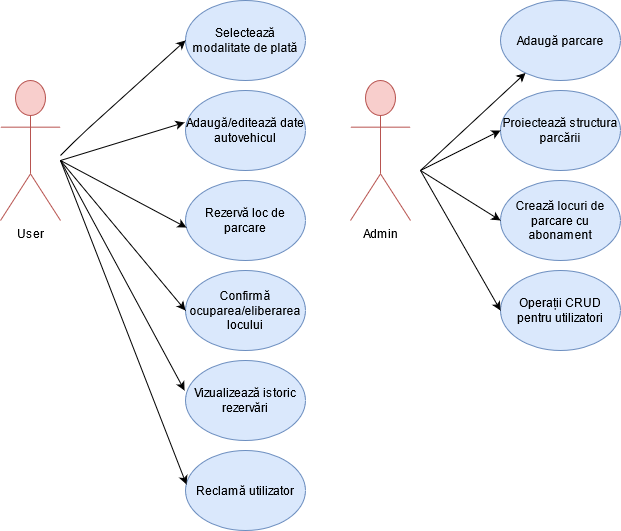
The draw.io diagram documentation/use_cases.png in raduAndrada/parking-management-system, before a commit. Source tidied: cells renumbered, new cells last; positions are measured from the earlier drawing's top-left corner, leaving out a move shared by most shapes. Source of this version:
```xml
<mxGraphModel>
  <root>
    <mxCell id="0" />
    <mxCell id="1" parent="0" />
    <mxCell id="2" value="User" style="shape=umlActor;verticalLabelPosition=bottom;verticalAlign=top;html=1;fillColor=#f8cecc;strokeColor=#b85450;" parent="1" vertex="1">
      <mxGeometry y="80" width="60" height="140" as="geometry" />
    </mxCell>
    <mxCell id="3" value="&lt;div&gt;Admin&lt;/div&gt;&lt;div&gt;&lt;br&gt;&lt;/div&gt;" style="shape=umlActor;verticalLabelPosition=bottom;verticalAlign=top;html=1;fillColor=#f8cecc;strokeColor=#b85450;" parent="1" vertex="1">
      <mxGeometry x="350" y="80" width="60" height="140" as="geometry" />
    </mxCell>
    <mxCell id="4" value="Selectează modalitate de plată" style="ellipse;whiteSpace=wrap;html=1;fillColor=#dae8fc;strokeColor=#6c8ebf;" parent="1" vertex="1">
      <mxGeometry x="185" width="120" height="80" as="geometry" />
    </mxCell>
    <mxCell id="5" value="&lt;div&gt;Adaugă/editează date autovehicul&lt;br&gt;&lt;/div&gt;&lt;div&gt;&lt;/div&gt;" style="ellipse;whiteSpace=wrap;html=1;fillColor=#dae8fc;strokeColor=#6c8ebf;" parent="1" vertex="1">
      <mxGeometry x="185" y="90" width="120" height="80" as="geometry" />
    </mxCell>
    <mxCell id="6" value="&lt;div&gt;Rezervă loc de parcare&lt;br&gt;&lt;/div&gt;&lt;div&gt;&lt;/div&gt;" style="ellipse;whiteSpace=wrap;html=1;fillColor=#dae8fc;strokeColor=#6c8ebf;" parent="1" vertex="1">
      <mxGeometry x="185" y="180" width="120" height="80" as="geometry" />
    </mxCell>
    <mxCell id="7" value="Confirmă ocuparea/eliberarea locului" style="ellipse;whiteSpace=wrap;html=1;fillColor=#dae8fc;strokeColor=#6c8ebf;" parent="1" vertex="1">
      <mxGeometry x="185" y="270" width="120" height="80" as="geometry" />
    </mxCell>
    <mxCell id="8" value="Vizualizează istoric rezervări" style="ellipse;whiteSpace=wrap;html=1;fillColor=#dae8fc;strokeColor=#6c8ebf;" parent="1" vertex="1">
      <mxGeometry x="185" y="360" width="120" height="80" as="geometry" />
    </mxCell>
    <mxCell id="9" value="&lt;div&gt;Reclamă utilizator&lt;br&gt;&lt;/div&gt;" style="ellipse;whiteSpace=wrap;html=1;fillColor=#dae8fc;strokeColor=#6c8ebf;" parent="1" vertex="1">
      <mxGeometry x="185" y="450" width="120" height="80" as="geometry" />
    </mxCell>
    <mxCell id="10" value="Adaugă parcare" style="ellipse;whiteSpace=wrap;html=1;fillColor=#dae8fc;strokeColor=#6c8ebf;" parent="1" vertex="1">
      <mxGeometry x="500" width="120" height="80" as="geometry" />
    </mxCell>
    <mxCell id="11" value="Proiectează structura parcării" style="ellipse;whiteSpace=wrap;html=1;fillColor=#dae8fc;strokeColor=#6c8ebf;" parent="1" vertex="1">
      <mxGeometry x="500" y="90" width="120" height="80" as="geometry" />
    </mxCell>
    <mxCell id="12" value="Crează locuri de parcare cu abonament" style="ellipse;whiteSpace=wrap;html=1;fillColor=#dae8fc;strokeColor=#6c8ebf;" parent="1" vertex="1">
      <mxGeometry x="500" y="180" width="120" height="80" as="geometry" />
    </mxCell>
    <mxCell id="13" value="Operații CRUD pentru utilizatori" style="ellipse;whiteSpace=wrap;html=1;fillColor=#dae8fc;strokeColor=#6c8ebf;" parent="1" vertex="1">
      <mxGeometry x="500" y="270" width="120" height="80" as="geometry" />
    </mxCell>
    <mxCell id="14" style="endArrow=classic;html=1;entryX=0;entryY=0.5;entryDx=0;entryDy=0;" parent="1" edge="1" target="4">
      <mxGeometry relative="1" as="geometry">
        <mxPoint x="60" y="155" as="sourcePoint" />
        <Array as="points">
          <mxPoint x="80" y="135" />
        </Array>
      </mxGeometry>
    </mxCell>
    <mxCell id="15" style="endArrow=classic;html=1;entryX=-0.008;entryY=0.4;entryDx=0;entryDy=0;entryPerimeter=0;" parent="1" edge="1" target="5">
      <mxGeometry relative="1" as="geometry">
        <mxPoint x="60" y="160" as="sourcePoint" />
      </mxGeometry>
    </mxCell>
    <mxCell id="16" style="endArrow=classic;html=1;entryX=0.008;entryY=0.588;entryDx=0;entryDy=0;entryPerimeter=0;" parent="1" edge="1" target="6">
      <mxGeometry relative="1" as="geometry">
        <mxPoint x="60" y="160" as="sourcePoint" />
      </mxGeometry>
    </mxCell>
    <mxCell id="17" style="endArrow=classic;html=1;entryX=0;entryY=0.5;entryDx=0;entryDy=0;" parent="1" edge="1" target="7">
      <mxGeometry relative="1" as="geometry">
        <mxPoint x="60" y="160" as="sourcePoint" />
      </mxGeometry>
    </mxCell>
    <mxCell id="18" style="endArrow=classic;html=1;entryX=-0.008;entryY=0.375;entryDx=0;entryDy=0;entryPerimeter=0;" parent="1" edge="1" target="8">
      <mxGeometry relative="1" as="geometry">
        <mxPoint x="60" y="160" as="sourcePoint" />
      </mxGeometry>
    </mxCell>
    <mxCell id="19" style="endArrow=classic;html=1;entryX=0.008;entryY=0.425;entryDx=0;entryDy=0;entryPerimeter=0;" parent="1" edge="1" target="9">
      <mxGeometry relative="1" as="geometry">
        <mxPoint x="60" y="160" as="sourcePoint" />
      </mxGeometry>
    </mxCell>
    <mxCell id="20" style="endArrow=classic;html=1;" parent="1" edge="1" target="10">
      <mxGeometry relative="1" as="geometry">
        <mxPoint x="420" y="170" as="sourcePoint" />
      </mxGeometry>
    </mxCell>
    <mxCell id="21" style="endArrow=classic;html=1;entryX=0;entryY=0.5;entryDx=0;entryDy=0;" parent="1" edge="1" target="11">
      <mxGeometry relative="1" as="geometry">
        <mxPoint x="420" y="170" as="sourcePoint" />
      </mxGeometry>
    </mxCell>
    <mxCell id="22" style="endArrow=classic;html=1;entryX=0;entryY=0.5;entryDx=0;entryDy=0;" parent="1" edge="1" target="12">
      <mxGeometry relative="1" as="geometry">
        <mxPoint x="420" y="170" as="sourcePoint" />
      </mxGeometry>
    </mxCell>
    <mxCell id="23" style="endArrow=classic;html=1;entryX=0;entryY=0.5;entryDx=0;entryDy=0;" parent="1" edge="1" target="13">
      <mxGeometry relative="1" as="geometry">
        <mxPoint x="420" y="170" as="sourcePoint" />
      </mxGeometry>
    </mxCell>
  </root>
</mxGraphModel>
```
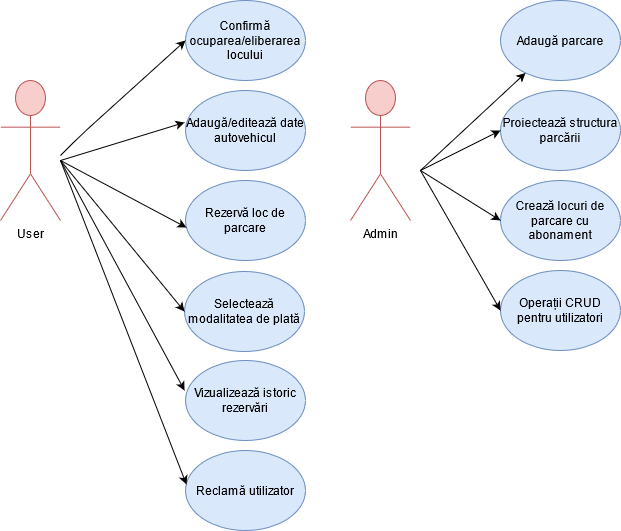
The same file after the commit.

Diff of the diagram source:
```diff
@@ -8,7 +8,7 @@
     <mxCell id="3" value="&lt;div&gt;Admin&lt;/div&gt;&lt;div&gt;&lt;br&gt;&lt;/div&gt;" style="shape=umlActor;verticalLabelPosition=bottom;verticalAlign=top;html=1;fillColor=#f8cecc;strokeColor=#b85450;" parent="1" vertex="1">
       <mxGeometry x="350" y="80" width="60" height="140" as="geometry" />
     </mxCell>
-    <mxCell id="4" value="Selectează modalitate de plată" style="ellipse;whiteSpace=wrap;html=1;fillColor=#dae8fc;strokeColor=#6c8ebf;" parent="1" vertex="1">
+    <mxCell id="4" value="Confirmă ocuparea/eliberarea locului" style="ellipse;whiteSpace=wrap;html=1;fillColor=#dae8fc;strokeColor=#6c8ebf;" parent="1" vertex="1">
       <mxGeometry x="185" width="120" height="80" as="geometry" />
     </mxCell>
     <mxCell id="5" value="&lt;div&gt;Adaugă/editează date autovehicul&lt;br&gt;&lt;/div&gt;&lt;div&gt;&lt;/div&gt;" style="ellipse;whiteSpace=wrap;html=1;fillColor=#dae8fc;strokeColor=#6c8ebf;" parent="1" vertex="1">
@@ -17,8 +17,8 @@
     <mxCell id="6" value="&lt;div&gt;Rezervă loc de parcare&lt;br&gt;&lt;/div&gt;&lt;div&gt;&lt;/div&gt;" style="ellipse;whiteSpace=wrap;html=1;fillColor=#dae8fc;strokeColor=#6c8ebf;" parent="1" vertex="1">
       <mxGeometry x="185" y="180" width="120" height="80" as="geometry" />
     </mxCell>
-    <mxCell id="7" value="Confirmă ocuparea/eliberarea locului" style="ellipse;whiteSpace=wrap;html=1;fillColor=#dae8fc;strokeColor=#6c8ebf;" parent="1" vertex="1">
-      <mxGeometry x="185" y="270" width="120" height="80" as="geometry" />
+    <mxCell id="7" value="Selectează modalitatea de plată" style="ellipse;whiteSpace=wrap;html=1;fillColor=#dae8fc;strokeColor=#6c8ebf;" parent="1" vertex="1">
+      <mxGeometry x="184" y="271" width="120" height="80" as="geometry" />
     </mxCell>
     <mxCell id="8" value="Vizualizează istoric rezervări" style="ellipse;whiteSpace=wrap;html=1;fillColor=#dae8fc;strokeColor=#6c8ebf;" parent="1" vertex="1">
       <mxGeometry x="185" y="360" width="120" height="80" as="geometry" />
```
